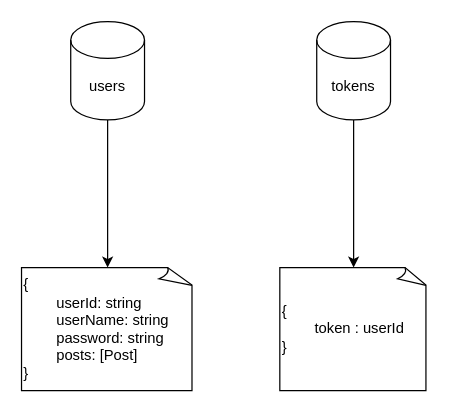
Before: docs/jesusgram-db.drawio in andre-j3sus/jesusgram, a draw.io diagram. Source tidied: cells renumbered, new cells numbered last; positions are measured from the earlier drawing's top-left corner, leaving out a move shared by most shapes. Both pictures are drawn from the tidied source at 123%, with x=0, y=0 at pixel (21, 21).
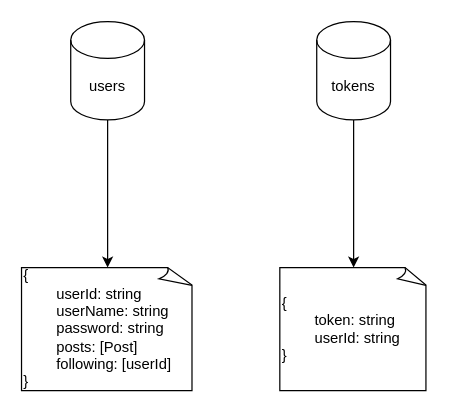
After the change.

Commit message (it also covers changes not shown here):
Password logic implemented: hash password and user/password verification. Other minor changes.

Diff of the diagram source:
```diff
@@
 <mxGraphModel>
   <root>
     <mxCell id="0" />
     <mxCell id="1" parent="0" />
     <mxCell id="2" style="edgeStyle=orthogonalEdgeStyle;rounded=0;jettySize=auto;html=1;entryX=0.5;entryY=0;entryDx=0;entryDy=0;entryPerimeter=0;" parent="1" edge="1" source="3" target="4">
       <mxGeometry relative="1" as="geometry" />
     </mxCell>
     <mxCell id="3" value="users" style="shape=cylinder3;whiteSpace=wrap;html=1;boundedLbl=1;backgroundOutline=1;size=15;" parent="1" vertex="1">
       <mxGeometry x="40" width="60" height="80" as="geometry" />
     </mxCell>
-    <mxCell id="4" value="{&lt;br&gt;&lt;span style=&quot;white-space: pre&quot;&gt;&#9;&lt;/span&gt;userId: string&lt;br&gt;&lt;span style=&quot;white-space: pre&quot;&gt;&#9;&lt;/span&gt;userName: string&lt;br&gt;&lt;span style=&quot;white-space: pre&quot;&gt;&#9;&lt;/span&gt;password: string&lt;br&gt;&lt;span style=&quot;white-space: pre&quot;&gt;&#9;&lt;/span&gt;posts: [Post]&lt;br&gt;}" style="whiteSpace=wrap;html=1;shape=mxgraph.basic.document;align=left;" parent="1" vertex="1">
+    <mxCell id="4" value="{&lt;br&gt;&lt;span&gt;&#9;&lt;/span&gt;&lt;span style=&quot;white-space: pre&quot;&gt;&#9;&lt;/span&gt;userId: string&lt;br&gt;&lt;span&gt;&#9;&lt;/span&gt;&lt;span style=&quot;white-space: pre&quot;&gt;&#9;&lt;/span&gt;userName: string&lt;br&gt;&lt;span&gt;&#9;&lt;/span&gt;&lt;span style=&quot;white-space: pre&quot;&gt;&#9;&lt;/span&gt;password: string&lt;br&gt;&lt;span&gt;&#9;&lt;/span&gt;&lt;span style=&quot;white-space: pre&quot;&gt;&#9;&lt;/span&gt;posts: [Post]&lt;br&gt;&lt;span&gt;&#9;&lt;/span&gt;&lt;span style=&quot;white-space: pre&quot;&gt;&#9;&lt;/span&gt;following: [userId]&lt;br&gt;}" style="whiteSpace=wrap;html=1;shape=mxgraph.basic.document;align=left;" parent="1" vertex="1">
       <mxGeometry y="200" width="140" height="100" as="geometry" />
     </mxCell>
     <mxCell id="5" style="edgeStyle=orthogonalEdgeStyle;rounded=0;jettySize=auto;html=1;entryX=0.5;entryY=0;entryDx=0;entryDy=0;entryPerimeter=0;" parent="1" edge="1" source="6" target="7">
       <mxGeometry relative="1" as="geometry" />
     </mxCell>
     <mxCell id="6" value="tokens" style="shape=cylinder3;whiteSpace=wrap;html=1;boundedLbl=1;backgroundOutline=1;size=15;" parent="1" vertex="1">
       <mxGeometry x="240" width="60" height="80" as="geometry" />
     </mxCell>
-    <mxCell id="7" value="{&lt;br&gt;&lt;span style=&quot;white-space: pre&quot;&gt;&#9;&lt;/span&gt;token : userId&lt;br&gt;}" style="whiteSpace=wrap;html=1;shape=mxgraph.basic.document;align=left;" parent="1" vertex="1">
+    <mxCell id="7" value="{&lt;br&gt;&lt;span style=&quot;white-space: pre&quot;&gt;&#9;&lt;/span&gt;token: string&lt;br&gt;&lt;span style=&quot;white-space: pre&quot;&gt;&#9;&lt;/span&gt;userId: string&lt;br&gt;}" style="whiteSpace=wrap;html=1;shape=mxgraph.basic.document;align=left;" parent="1" vertex="1">
       <mxGeometry x="210" y="200" width="120" height="100" as="geometry" />
     </mxCell>
   </root>
 </mxGraphModel>
```
